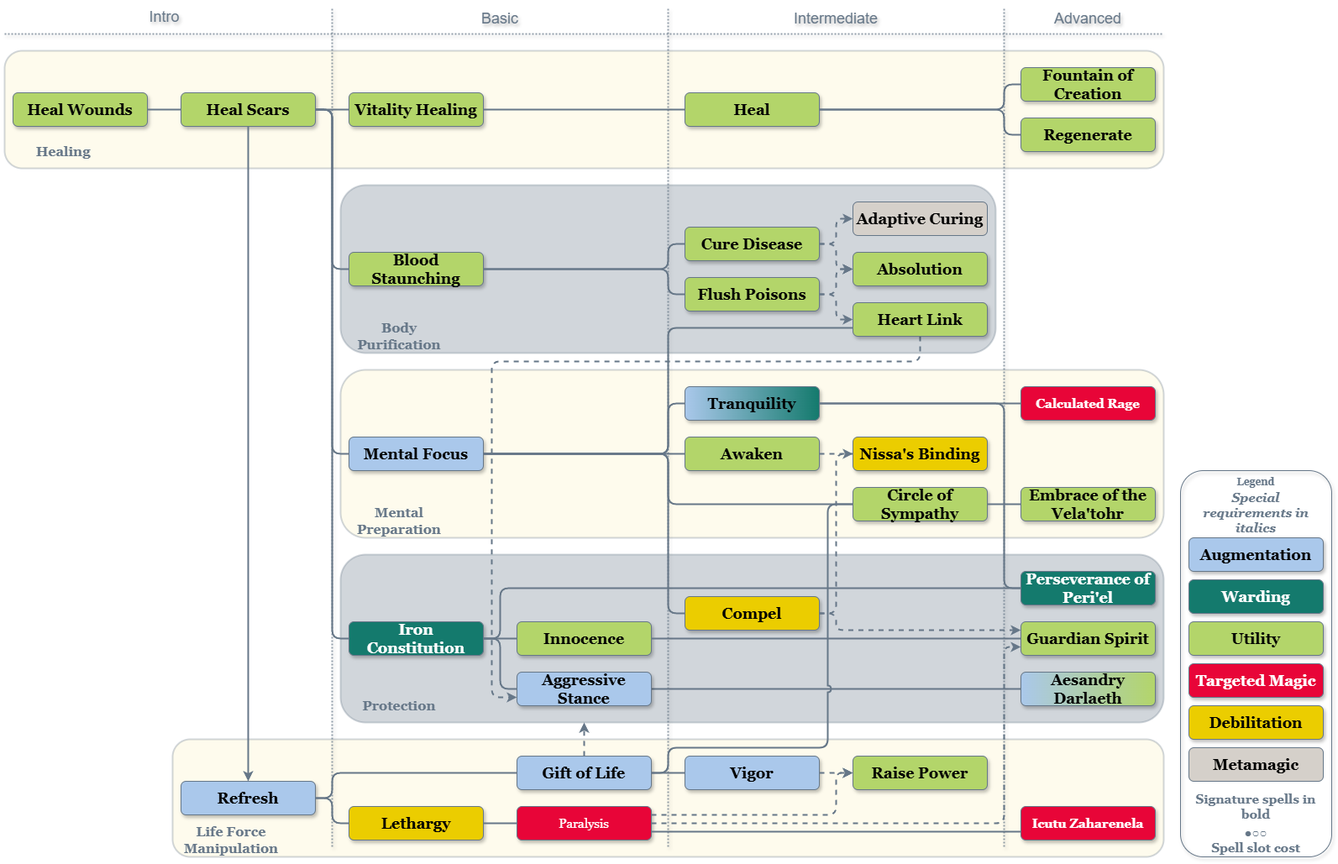
Earlier version of the draw.io export Empath/Empath.png (MahtraDR/dr-spell-trees). Source tidied: cells renumbered, new cells last; positions are measured from the earlier drawing's top-left corner, leaving out a move shared by most shapes.
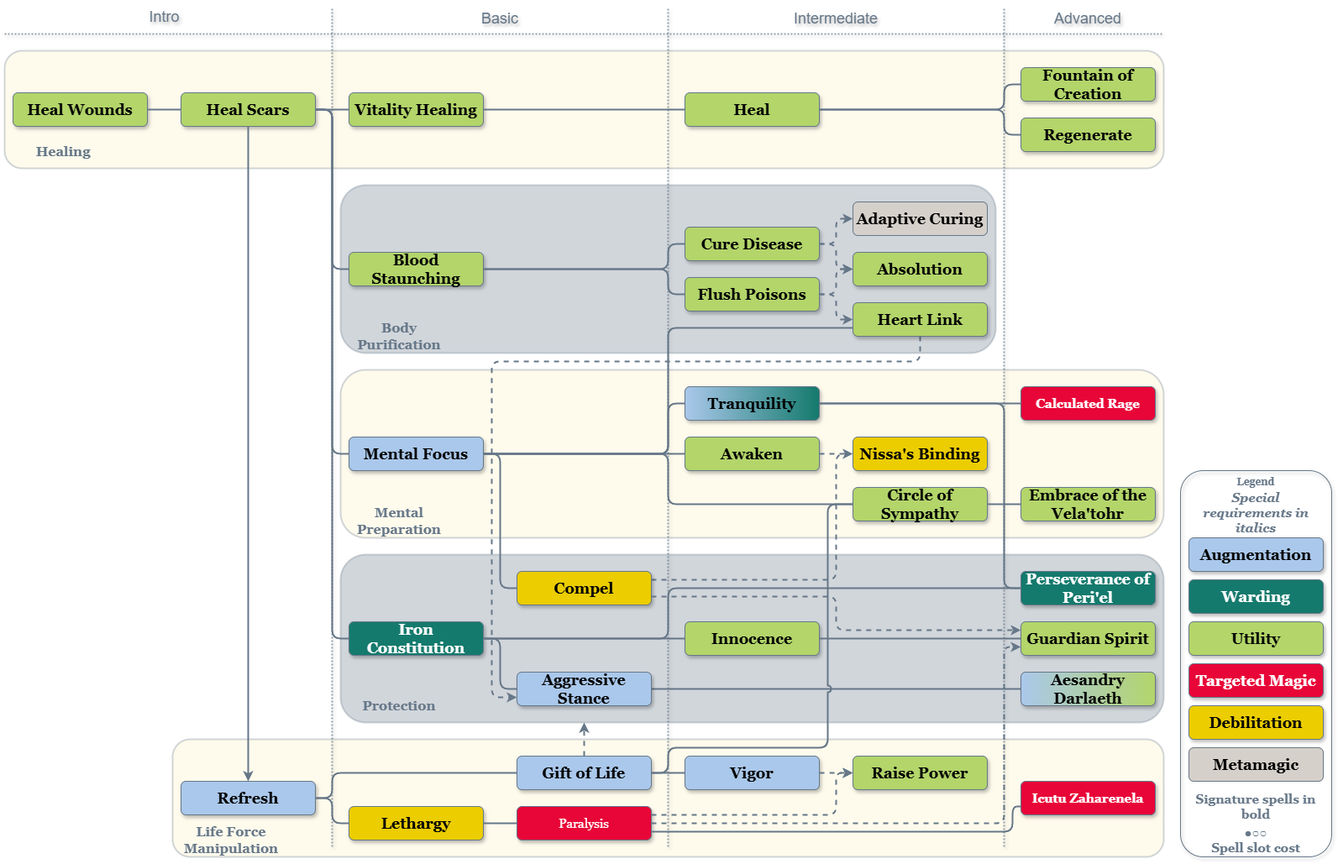
Later version of the same file.

Change to the diagram source:
```diff
@@ -109,7 +109,7 @@
       <mxGeometry x="410" y="740" width="160" height="40" as="geometry" />
     </mxCell>
     <mxCell id="32" value="Innocence" style="rounded=1;strokeWidth=1;strokeColor=#667788;textShadow=0;labelBackgroundColor=none;whiteSpace=wrap;fontSize=18;fontFamily=Georgia;fillColor=#B3D56A;fontColor=#000000;shadow=1;glass=0;align=center;verticalAlign=middle;fontStyle=1;" parent="12" vertex="1">
-      <mxGeometry x="610" y="740" width="160" height="40" as="geometry" />
+      <mxGeometry x="810" y="740" width="160" height="40" as="geometry" />
     </mxCell>
     <mxCell id="33" value="Embrace of the Vela'tohr" style="rounded=1;strokeWidth=1;strokeColor=#667788;textShadow=0;labelBackgroundColor=none;whiteSpace=wrap;fontSize=18;fontFamily=Georgia;fillColor=#B3D56A;fontColor=#000000;shadow=1;glass=0;align=center;verticalAlign=middle;fontStyle=1;" parent="12" vertex="1">
       <mxGeometry x="1210" y="580" width="160" height="40" as="geometry" />
@@ -126,11 +126,16 @@
     <mxCell id="37" value="Guardian Spirit" style="rounded=1;strokeWidth=1;strokeColor=#667788;textShadow=0;labelBackgroundColor=none;whiteSpace=wrap;fontSize=18;fontFamily=Georgia;fillColor=#B3D56A;fontColor=#000000;shadow=1;glass=0;align=center;verticalAlign=middle;fontStyle=1;" parent="12" vertex="1">
       <mxGeometry x="1210" y="740" width="160" height="40" as="geometry" />
     </mxCell>
-    <mxCell id="38" style="edgeStyle=orthogonalEdgeStyle;shape=connector;curved=0;rounded=1;jettySize=auto;html=1;exitX=1;exitY=0.5;exitDx=0;exitDy=0;entryX=0;entryY=0.5;entryDx=0;entryDy=0;strokeColor=#667788;strokeWidth=2;align=center;verticalAlign=middle;fontFamily=Helvetica;fontSize=11;fontColor=default;labelBackgroundColor=default;endArrow=none;endFill=0;dashed=1;" parent="12" edge="1" source="39" target="48">
-      <mxGeometry relative="1" as="geometry" />
+    <mxCell id="38" style="edgeStyle=orthogonalEdgeStyle;shape=connector;curved=0;rounded=1;jettySize=auto;html=1;exitX=1;exitY=0.25;exitDx=0;exitDy=0;entryX=0;entryY=0.5;entryDx=0;entryDy=0;strokeColor=#667788;strokeWidth=2;align=center;verticalAlign=middle;fontFamily=Helvetica;fontSize=11;fontColor=default;labelBackgroundColor=default;endArrow=none;endFill=0;dashed=1;" parent="12" edge="1" source="39" target="48">
+      <mxGeometry relative="1" as="geometry">
+        <Array as="points">
+          <mxPoint x="990" y="690" />
+          <mxPoint x="990" y="540" />
+        </Array>
+      </mxGeometry>
     </mxCell>
     <mxCell id="39" value="Compel" style="rounded=1;strokeWidth=1;strokeColor=#667788;textShadow=0;labelBackgroundColor=none;whiteSpace=wrap;fontSize=18;fontFamily=Georgia;fillColor=#EBCD00;fontColor=#000000;shadow=1;glass=0;align=center;verticalAlign=middle;fontStyle=1;" parent="12" vertex="1">
-      <mxGeometry x="810" y="710" width="160" height="40" as="geometry" />
+      <mxGeometry x="610" y="680" width="160" height="40" as="geometry" />
     </mxCell>
     <mxCell id="40" value="Refresh" style="rounded=1;strokeWidth=1;strokeColor=#667788;textShadow=0;labelBackgroundColor=none;whiteSpace=wrap;fontSize=18;fontFamily=Georgia;fillColor=#AAC8EB;fontColor=#000000;shadow=1;glass=0;align=center;verticalAlign=middle;fontStyle=1;" parent="12" vertex="1">
       <mxGeometry x="210" y="930" width="160" height="40" as="geometry" />
@@ -160,7 +165,7 @@
       <mxGeometry x="1010" y="900" width="160" height="40" as="geometry" />
     </mxCell>
     <mxCell id="47" value="Icutu Zaharenela" style="rounded=1;strokeWidth=1;strokeColor=#667788;textShadow=0;labelBackgroundColor=none;whiteSpace=wrap;fontSize=15;fontFamily=Georgia;fillColor=#E80538;fontColor=#FFFFFF;shadow=1;glass=0;align=center;verticalAlign=middle;fontStyle=1;" parent="12" vertex="1">
-      <mxGeometry x="1210" y="960" width="160" height="40" as="geometry" />
+      <mxGeometry x="1210" y="930" width="160" height="40" as="geometry" />
     </mxCell>
     <mxCell id="48" value="Nissa's Binding" style="rounded=1;strokeWidth=1;strokeColor=#667788;textShadow=0;labelBackgroundColor=none;whiteSpace=wrap;fontSize=18;fontFamily=Georgia;fillColor=#EBCD00;fontColor=#000000;shadow=1;glass=0;align=center;verticalAlign=middle;fontStyle=1;" parent="12" vertex="1">
       <mxGeometry x="1010" y="520" width="160" height="40" as="geometry" />
@@ -274,10 +279,10 @@
     <mxCell id="71" style="edgeStyle=orthogonalEdgeStyle;shape=connector;curved=0;rounded=1;jettySize=auto;html=1;exitX=1;exitY=0.5;exitDx=0;exitDy=0;entryX=0;entryY=0.5;entryDx=0;entryDy=0;strokeColor=#667788;strokeWidth=2;align=center;verticalAlign=middle;fontFamily=Helvetica;fontSize=11;fontColor=default;labelBackgroundColor=default;endArrow=none;endFill=0;" parent="12" edge="1" source="32" target="37">
       <mxGeometry relative="1" as="geometry" />
     </mxCell>
-    <mxCell id="72" style="edgeStyle=orthogonalEdgeStyle;shape=connector;curved=0;rounded=1;jettySize=auto;html=1;exitX=1;exitY=0.5;exitDx=0;exitDy=0;entryX=0;entryY=0.25;entryDx=0;entryDy=0;strokeColor=#667788;strokeWidth=2;align=center;verticalAlign=middle;fontFamily=Helvetica;fontSize=11;fontColor=default;labelBackgroundColor=default;endArrow=classic;endFill=1;dashed=1;" parent="12" edge="1" source="39" target="37">
+    <mxCell id="72" style="edgeStyle=orthogonalEdgeStyle;shape=connector;curved=0;rounded=1;jettySize=auto;html=1;entryX=0;entryY=0.25;entryDx=0;entryDy=0;strokeColor=#667788;strokeWidth=2;align=center;verticalAlign=middle;fontFamily=Helvetica;fontSize=11;fontColor=default;labelBackgroundColor=default;endArrow=classic;endFill=1;dashed=1;exitX=1;exitY=0.75;exitDx=0;exitDy=0;" parent="12" edge="1" source="39" target="37">
       <mxGeometry relative="1" as="geometry">
         <Array as="points">
-          <mxPoint x="990" y="730" />
+          <mxPoint x="990" y="710" />
           <mxPoint x="990" y="750" />
         </Array>
       </mxGeometry>
@@ -340,8 +345,8 @@
     <mxCell id="83" style="edgeStyle=orthogonalEdgeStyle;shape=connector;curved=0;rounded=1;jettySize=auto;html=1;exitX=1;exitY=0.5;exitDx=0;exitDy=0;entryX=0;entryY=0.5;entryDx=0;entryDy=0;strokeColor=#667788;strokeWidth=2;align=center;verticalAlign=middle;fontFamily=Helvetica;fontSize=11;fontColor=default;labelBackgroundColor=default;endArrow=none;endFill=0;jumpStyle=none;" parent="12" edge="1" source="31" target="36">
       <mxGeometry relative="1" as="geometry">
         <Array as="points">
-          <mxPoint x="590" y="760" />
-          <mxPoint x="590" y="700" />
+          <mxPoint x="790" y="760" />
+          <mxPoint x="790" y="700" />
         </Array>
       </mxGeometry>
     </mxCell>
@@ -354,15 +359,16 @@
     <mxCell id="86" style="edgeStyle=orthogonalEdgeStyle;shape=connector;curved=0;rounded=1;jettySize=auto;html=1;exitX=1;exitY=0.5;exitDx=0;exitDy=0;entryX=0;entryY=0.5;entryDx=0;entryDy=0;strokeColor=#667788;strokeWidth=2;align=center;verticalAlign=middle;fontFamily=Helvetica;fontSize=11;fontColor=default;labelBackgroundColor=default;endArrow=none;endFill=0;" parent="12" edge="1" source="28" target="39">
       <mxGeometry relative="1" as="geometry">
         <Array as="points">
-          <mxPoint x="790" y="540" />
-          <mxPoint x="790" y="730" />
+          <mxPoint x="590" y="540" />
+          <mxPoint x="590" y="700" />
         </Array>
       </mxGeometry>
     </mxCell>
     <mxCell id="87" style="edgeStyle=orthogonalEdgeStyle;shape=connector;curved=0;rounded=1;jettySize=auto;html=1;entryX=0;entryY=0.75;entryDx=0;entryDy=0;strokeColor=#667788;strokeWidth=2;align=center;verticalAlign=middle;fontFamily=Helvetica;fontSize=11;fontColor=default;labelBackgroundColor=default;endArrow=none;endFill=0;jumpStyle=arc;exitX=1;exitY=0.75;exitDx=0;exitDy=0;" parent="12" edge="1" source="41" target="47">
       <mxGeometry relative="1" as="geometry">
         <Array as="points">
-          <mxPoint x="1210" y="990" />
+          <mxPoint x="1200" y="990" />
+          <mxPoint x="1200" y="960" />
         </Array>
       </mxGeometry>
     </mxCell>
```
